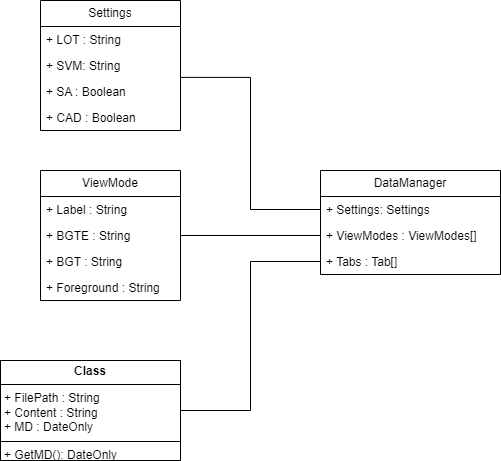
scholzandre/BetterEditor keeps this draw.io diagram as Drafts/ClassDiagrams.drawio.png. Above is the earlier version. Source tidied: cells renumbered, new cells last; positions are measured from the earlier drawing's top-left corner, leaving out a move shared by most shapes. The source it was exported from:
```xml
<mxGraphModel>
  <root>
    <mxCell id="0" />
    <mxCell id="1" parent="0" />
    <mxCell id="2" value="Settings" style="swimlane;fontStyle=0;horizontal=1;startSize=26;fillColor=none;whiteSpace=wrap;html=1;" parent="1" vertex="1">
      <mxGeometry x="40" width="140" height="130" as="geometry" />
    </mxCell>
    <mxCell id="3" value="+ LOT : String" style="text;strokeColor=none;fillColor=none;align=left;verticalAlign=top;spacingLeft=4;spacingRight=4;overflow=hidden;whiteSpace=wrap;html=1;" parent="2" vertex="1">
      <mxGeometry y="26" width="140" height="26" as="geometry" />
    </mxCell>
    <mxCell id="4" value="+ SVM: String" style="text;strokeColor=none;fillColor=none;align=left;verticalAlign=top;spacingLeft=4;spacingRight=4;overflow=hidden;points=[[0,0.5],[1,0.5]];portConstraint=eastwest;whiteSpace=wrap;html=1;" parent="2" vertex="1">
      <mxGeometry y="52" width="140" height="26" as="geometry" />
    </mxCell>
    <mxCell id="5" value="+ SA : Boolean" style="text;strokeColor=none;fillColor=none;align=left;verticalAlign=top;spacingLeft=4;spacingRight=4;overflow=hidden;whiteSpace=wrap;html=1;" parent="2" vertex="1">
      <mxGeometry y="78" width="140" height="26" as="geometry" />
    </mxCell>
    <mxCell id="6" value="+ CAD : Boolean" style="text;strokeColor=none;fillColor=none;align=left;verticalAlign=top;spacingLeft=4;spacingRight=4;overflow=hidden;whiteSpace=wrap;html=1;" parent="2" vertex="1">
      <mxGeometry y="104" width="140" height="26" as="geometry" />
    </mxCell>
    <mxCell id="7" value="ViewMode" style="swimlane;fontStyle=0;horizontal=1;startSize=26;fillColor=none;whiteSpace=wrap;html=1;" parent="1" vertex="1">
      <mxGeometry x="40" y="170" width="140" height="130" as="geometry" />
    </mxCell>
    <mxCell id="8" value="+ Label : String" style="text;strokeColor=none;fillColor=none;align=left;verticalAlign=top;spacingLeft=4;spacingRight=4;overflow=hidden;whiteSpace=wrap;html=1;" parent="7" vertex="1">
      <mxGeometry y="26" width="140" height="26" as="geometry" />
    </mxCell>
    <mxCell id="9" value="+ BGTE : String" style="text;strokeColor=none;fillColor=none;align=left;verticalAlign=top;spacingLeft=4;spacingRight=4;overflow=hidden;points=[[0,0.5],[1,0.5]];portConstraint=eastwest;whiteSpace=wrap;html=1;" parent="7" vertex="1">
      <mxGeometry y="52" width="140" height="26" as="geometry" />
    </mxCell>
    <mxCell id="10" value="+ BGT : String" style="text;strokeColor=none;fillColor=none;align=left;verticalAlign=top;spacingLeft=4;spacingRight=4;overflow=hidden;whiteSpace=wrap;html=1;" parent="7" vertex="1">
      <mxGeometry y="78" width="140" height="26" as="geometry" />
    </mxCell>
    <mxCell id="11" value="+ Foreground : String" style="text;strokeColor=none;fillColor=none;align=left;verticalAlign=top;spacingLeft=4;spacingRight=4;overflow=hidden;whiteSpace=wrap;html=1;" parent="7" vertex="1">
      <mxGeometry y="104" width="140" height="26" as="geometry" />
    </mxCell>
    <mxCell id="12" value="DataManager" style="swimlane;fontStyle=0;horizontal=1;startSize=26;fillColor=none;whiteSpace=wrap;html=1;" parent="1" vertex="1">
      <mxGeometry x="320" y="170" width="180" height="104" as="geometry" />
    </mxCell>
    <mxCell id="13" value="+ Settings: Settings" style="text;strokeColor=none;fillColor=none;align=left;verticalAlign=top;spacingLeft=4;spacingRight=4;overflow=hidden;points=[[0,0.5],[1,0.5]];portConstraint=eastwest;whiteSpace=wrap;html=1;" parent="12" vertex="1">
      <mxGeometry y="26" width="180" height="26" as="geometry" />
    </mxCell>
    <mxCell id="14" value="+ ViewModes : ViewModes[]" style="text;strokeColor=none;fillColor=none;align=left;verticalAlign=top;spacingLeft=4;spacingRight=4;overflow=hidden;points=[[0,0.5],[1,0.5]];portConstraint=eastwest;whiteSpace=wrap;html=1;" parent="12" vertex="1">
      <mxGeometry y="52" width="180" height="26" as="geometry" />
    </mxCell>
    <mxCell id="15" value="+ Tabs : Tab[]" style="text;strokeColor=none;fillColor=none;align=left;verticalAlign=top;spacingLeft=4;spacingRight=4;overflow=hidden;points=[[0,0.5],[1,0.5]];portConstraint=eastwest;whiteSpace=wrap;html=1;" parent="12" vertex="1">
      <mxGeometry y="78" width="180" height="26" as="geometry" />
    </mxCell>
    <mxCell id="16" style="edgeStyle=orthogonalEdgeStyle;rounded=0;jettySize=auto;html=1;entryX=0.998;entryY=0.957;entryDx=0;entryDy=0;entryPerimeter=0;endArrow=none;endFill=0;" parent="1" edge="1" source="13" target="4">
      <mxGeometry relative="1" as="geometry" />
    </mxCell>
    <mxCell id="17" style="edgeStyle=orthogonalEdgeStyle;rounded=0;jettySize=auto;html=1;entryX=1;entryY=0.5;entryDx=0;entryDy=0;endArrow=none;endFill=0;" parent="1" edge="1" source="14" target="9">
      <mxGeometry relative="1" as="geometry" />
    </mxCell>
    <mxCell id="18" style="edgeStyle=orthogonalEdgeStyle;rounded=0;jettySize=auto;html=1;exitX=0;exitY=0.5;exitDx=0;exitDy=0;entryX=1;entryY=0.5;entryDx=0;entryDy=0;endArrow=none;endFill=0;" parent="1" edge="1" source="15" target="19">
      <mxGeometry relative="1" as="geometry" />
    </mxCell>
    <mxCell id="19" value="&lt;p style=&quot;margin:0px;margin-top:4px;text-align:center;&quot;&gt;&lt;b&gt;Class&lt;/b&gt;&lt;/p&gt;&lt;hr size=&quot;1&quot; style=&quot;border-style:solid;&quot;&gt;&lt;p style=&quot;margin:0px;margin-left:4px;&quot;&gt;+ FilePath : String&lt;/p&gt;&lt;p style=&quot;margin:0px;margin-left:4px;&quot;&gt;+ Content : String&lt;/p&gt;&lt;p style=&quot;margin:0px;margin-left:4px;&quot;&gt;+ MD : DateOnly&lt;/p&gt;&lt;hr size=&quot;1&quot; style=&quot;border-style:solid;&quot;&gt;&lt;p style=&quot;margin:0px;margin-left:4px;&quot;&gt;+ GetMD(): DateOnly&lt;/p&gt;" style="verticalAlign=top;align=left;overflow=fill;html=1;whiteSpace=wrap;" parent="1" vertex="1">
      <mxGeometry y="360" width="180" height="100" as="geometry" />
    </mxCell>
  </root>
</mxGraphModel>
```
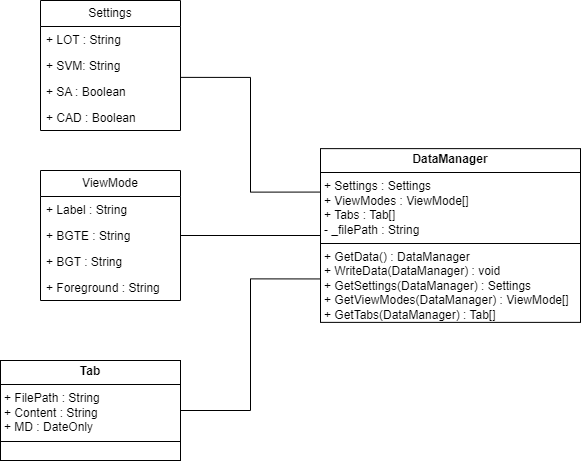
The same diagram one commit later.

Commit message:
#update class diagrams

Diff of the diagram source:
```diff
@@ -32,29 +32,20 @@
     <mxCell id="11" value="+ Foreground : String" style="text;strokeColor=none;fillColor=none;align=left;verticalAlign=top;spacingLeft=4;spacingRight=4;overflow=hidden;whiteSpace=wrap;html=1;" parent="7" vertex="1">
       <mxGeometry y="104" width="140" height="26" as="geometry" />
     </mxCell>
-    <mxCell id="12" value="DataManager" style="swimlane;fontStyle=0;horizontal=1;startSize=26;fillColor=none;whiteSpace=wrap;html=1;" parent="1" vertex="1">
-      <mxGeometry x="320" y="170" width="180" height="104" as="geometry" />
-    </mxCell>
-    <mxCell id="13" value="+ Settings: Settings" style="text;strokeColor=none;fillColor=none;align=left;verticalAlign=top;spacingLeft=4;spacingRight=4;overflow=hidden;points=[[0,0.5],[1,0.5]];portConstraint=eastwest;whiteSpace=wrap;html=1;" parent="12" vertex="1">
-      <mxGeometry y="26" width="180" height="26" as="geometry" />
-    </mxCell>
-    <mxCell id="14" value="+ ViewModes : ViewModes[]" style="text;strokeColor=none;fillColor=none;align=left;verticalAlign=top;spacingLeft=4;spacingRight=4;overflow=hidden;points=[[0,0.5],[1,0.5]];portConstraint=eastwest;whiteSpace=wrap;html=1;" parent="12" vertex="1">
-      <mxGeometry y="52" width="180" height="26" as="geometry" />
-    </mxCell>
-    <mxCell id="15" value="+ Tabs : Tab[]" style="text;strokeColor=none;fillColor=none;align=left;verticalAlign=top;spacingLeft=4;spacingRight=4;overflow=hidden;points=[[0,0.5],[1,0.5]];portConstraint=eastwest;whiteSpace=wrap;html=1;" parent="12" vertex="1">
-      <mxGeometry y="78" width="180" height="26" as="geometry" />
-    </mxCell>
-    <mxCell id="16" style="edgeStyle=orthogonalEdgeStyle;rounded=0;jettySize=auto;html=1;entryX=0.998;entryY=0.957;entryDx=0;entryDy=0;entryPerimeter=0;endArrow=none;endFill=0;" parent="1" edge="1" source="13" target="4">
+    <mxCell id="16" style="edgeStyle=orthogonalEdgeStyle;rounded=0;jettySize=auto;html=1;entryX=0.998;entryY=0.957;entryDx=0;entryDy=0;entryPerimeter=0;endArrow=none;endFill=0;exitX=0;exitY=0.25;exitDx=0;exitDy=0;" parent="1" edge="1" source="20" target="4">
       <mxGeometry relative="1" as="geometry" />
     </mxCell>
-    <mxCell id="17" style="edgeStyle=orthogonalEdgeStyle;rounded=0;jettySize=auto;html=1;entryX=1;entryY=0.5;entryDx=0;entryDy=0;endArrow=none;endFill=0;" parent="1" edge="1" source="14" target="9">
+    <mxCell id="17" style="edgeStyle=orthogonalEdgeStyle;rounded=0;jettySize=auto;html=1;entryX=1;entryY=0.5;entryDx=0;entryDy=0;endArrow=none;endFill=0;exitX=0;exitY=0.5;exitDx=0;exitDy=0;" parent="1" edge="1" source="20" target="9">
       <mxGeometry relative="1" as="geometry" />
     </mxCell>
-    <mxCell id="18" style="edgeStyle=orthogonalEdgeStyle;rounded=0;jettySize=auto;html=1;exitX=0;exitY=0.5;exitDx=0;exitDy=0;entryX=1;entryY=0.5;entryDx=0;entryDy=0;endArrow=none;endFill=0;" parent="1" edge="1" source="15" target="19">
+    <mxCell id="18" style="edgeStyle=orthogonalEdgeStyle;rounded=0;jettySize=auto;html=1;exitX=0;exitY=0.75;exitDx=0;exitDy=0;entryX=1;entryY=0.5;entryDx=0;entryDy=0;endArrow=none;endFill=0;" parent="1" edge="1" source="20" target="19">
       <mxGeometry relative="1" as="geometry" />
     </mxCell>
-    <mxCell id="19" value="&lt;p style=&quot;margin:0px;margin-top:4px;text-align:center;&quot;&gt;&lt;b&gt;Class&lt;/b&gt;&lt;/p&gt;&lt;hr size=&quot;1&quot; style=&quot;border-style:solid;&quot;&gt;&lt;p style=&quot;margin:0px;margin-left:4px;&quot;&gt;+ FilePath : String&lt;/p&gt;&lt;p style=&quot;margin:0px;margin-left:4px;&quot;&gt;+ Content : String&lt;/p&gt;&lt;p style=&quot;margin:0px;margin-left:4px;&quot;&gt;+ MD : DateOnly&lt;/p&gt;&lt;hr size=&quot;1&quot; style=&quot;border-style:solid;&quot;&gt;&lt;p style=&quot;margin:0px;margin-left:4px;&quot;&gt;+ GetMD(): DateOnly&lt;/p&gt;" style="verticalAlign=top;align=left;overflow=fill;html=1;whiteSpace=wrap;" parent="1" vertex="1">
+    <mxCell id="19" value="&lt;p style=&quot;margin:0px;margin-top:4px;text-align:center;&quot;&gt;&lt;b&gt;Tab&lt;/b&gt;&lt;/p&gt;&lt;hr size=&quot;1&quot; style=&quot;border-style:solid;&quot;&gt;&lt;p style=&quot;margin:0px;margin-left:4px;&quot;&gt;+ FilePath : String&lt;/p&gt;&lt;p style=&quot;margin:0px;margin-left:4px;&quot;&gt;+ Content : String&lt;/p&gt;&lt;p style=&quot;margin:0px;margin-left:4px;&quot;&gt;+ MD : DateOnly&lt;/p&gt;&lt;hr size=&quot;1&quot; style=&quot;border-style:solid;&quot;&gt;&lt;p style=&quot;margin:0px;margin-left:4px;&quot;&gt;&lt;br&gt;&lt;/p&gt;" style="verticalAlign=top;align=left;overflow=fill;html=1;whiteSpace=wrap;" parent="1" vertex="1">
       <mxGeometry y="360" width="180" height="100" as="geometry" />
     </mxCell>
+    <mxCell id="20" value="&lt;p style=&quot;margin:0px;margin-top:4px;text-align:center;&quot;&gt;&lt;b&gt;DataManager&lt;/b&gt;&lt;/p&gt;&lt;hr size=&quot;1&quot; style=&quot;border-style:solid;&quot;&gt;&lt;p style=&quot;margin:0px;margin-left:4px;&quot;&gt;+ Settings : Settings&lt;/p&gt;&lt;p style=&quot;margin:0px;margin-left:4px;&quot;&gt;+ ViewModes : ViewMode[]&lt;/p&gt;&lt;p style=&quot;margin:0px;margin-left:4px;&quot;&gt;+ Tabs : Tab[]&lt;/p&gt;&lt;p style=&quot;margin:0px;margin-left:4px;&quot;&gt;- _filePath : String&lt;/p&gt;&lt;hr size=&quot;1&quot; style=&quot;border-style:solid;&quot;&gt;&lt;p style=&quot;margin:0px;margin-left:4px;&quot;&gt;+ GetData() : DataManager&lt;/p&gt;&lt;p style=&quot;margin:0px;margin-left:4px;&quot;&gt;+ WriteData(DataManager) : void&lt;/p&gt;&lt;p style=&quot;margin:0px;margin-left:4px;&quot;&gt;+ GetSettings(DataManager) : Settings&lt;/p&gt;&lt;p style=&quot;margin:0px;margin-left:4px;&quot;&gt;+ GetViewModes(DataManager) : ViewMode[]&lt;/p&gt;&lt;p style=&quot;margin:0px;margin-left:4px;&quot;&gt;+ GetTabs(DataManager) : Tab[]&lt;span style=&quot;background-color: initial;&quot;&gt;&amp;nbsp;&lt;/span&gt;&lt;/p&gt;" style="verticalAlign=top;align=left;overflow=fill;html=1;whiteSpace=wrap;" parent="1" vertex="1">
+      <mxGeometry x="320" y="148.1" width="260" height="173.8" as="geometry" />
+    </mxCell>
   </root>
 </mxGraphModel>
```
